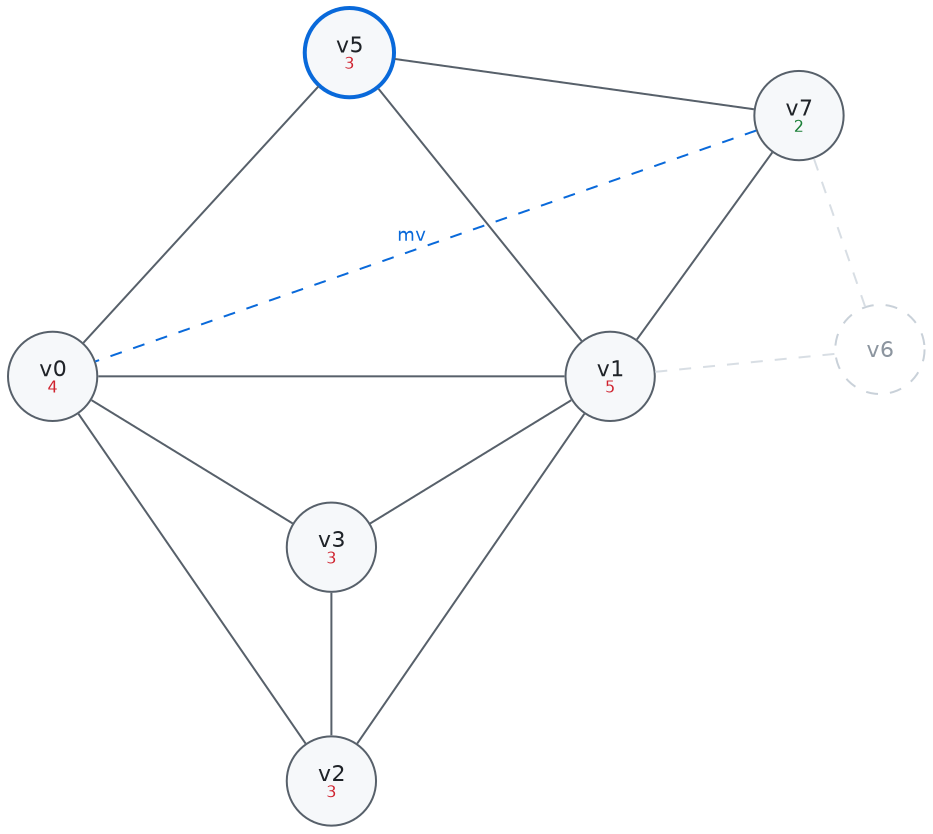
This is Sable/compiler/doc/figures/wt-3-coalesce.png from aita/CompLab, a Graphviz export, as it was before one commit. Its source is kept beside it as Sable/compiler/doc/figures/wt-3-coalesce.dot.
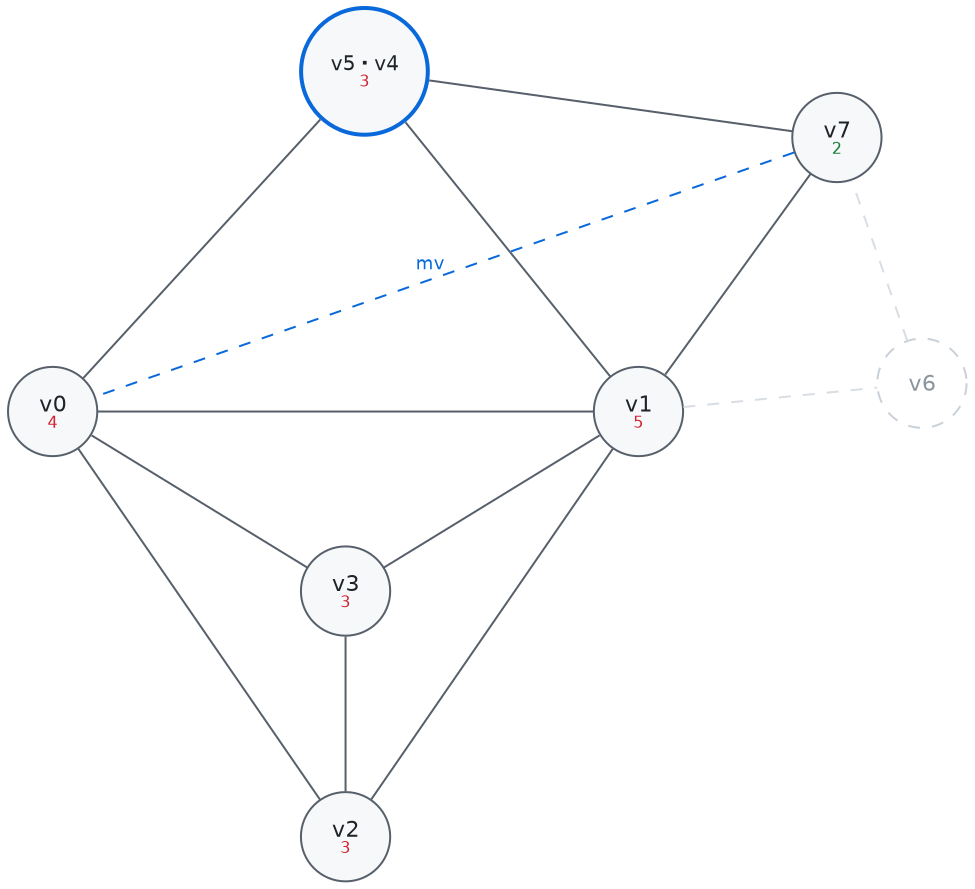
Above is the later version.

Commit message:
Label the merged node with both registers it came from

Diff of the diagram source:
```diff
@@ -11,7 +11,7 @@
   v1 [label = <v1<BR/><FONT POINT-SIZE="8" COLOR="#cf222e">5</FONT>>, fillcolor = "#f6f8fa", color = "#57606a" pos = "1.55,0.1!"];
   v2 [label = <v2<BR/><FONT POINT-SIZE="8" COLOR="#cf222e">3</FONT>>, fillcolor = "#f6f8fa", color = "#57606a" pos = "0,-2.15!"];
   v3 [label = <v3<BR/><FONT POINT-SIZE="8" COLOR="#cf222e">3</FONT>>, fillcolor = "#f6f8fa", color = "#57606a" pos = "0,-0.85!"];
-  v5 [label = <v5<BR/><FONT POINT-SIZE="8" COLOR="#cf222e">3</FONT>>, fillcolor = "#f6f8fa", color = "#0969da", penwidth = 2 pos = "0.1,1.9!"];
+  v5 [width = 0.88, fontsize = 10, label = <v5・v4<BR/><FONT POINT-SIZE="8" COLOR="#cf222e">3</FONT>>, fillcolor = "#f6f8fa", color = "#0969da", penwidth = 2 pos = "0.1,1.9!"];
   v7 [label = <v7<BR/><FONT POINT-SIZE="8" COLOR="#1a7f37">2</FONT>>, fillcolor = "#f6f8fa", color = "#57606a" pos = "2.6,1.55!"];
   v6 [label = <<FONT COLOR="#8c959f">v6</FONT>>, style = "filled,dashed", fillcolor = "#ffffff", color = "#c9d1d9" pos = "3.05,0.25!"];
   v0 -- v1 [color = "#57606a"];
```
